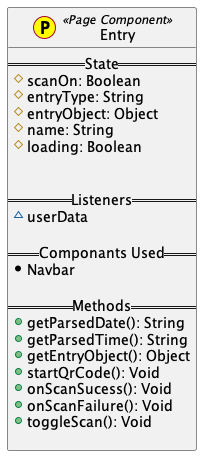
The PlantUML diagram entry_system_website/UML_Diagrams/Pages/Entry.png in grid-rider/Computer_Science_IA_EntrySystem_Website, before a commit. Its diagram source:
```plantuml
@startuml

class Entry << (P,yellow) Page Component>> {
    == State ==
     #scanOn: Boolean
     #entryType: String
     #entryObject: Object
     #name: String
     #loading: Boolean


    == Listeners ==
     ~userData

    == Componants Used ==
     *Navbar

    == Methods ==
    +getParsedDate(): String
    +getParsedTime(): String
    +getEntryObject(): Object
    +startQrCode(): Void
    +onScanSucess(): Void
    +onScanFailure(): Void
    +toggleScan(): Void

}

@enduml
```
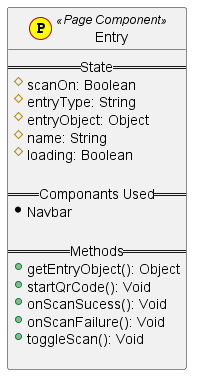
After the commit.

Change to the diagram source:
```diff
@@ -8,16 +8,10 @@
      #name: String
      #loading: Boolean
 
-
-    == Listeners ==
-     ~userData
-
     == Componants Used ==
      *Navbar
 
     == Methods ==
-    +getParsedDate(): String
-    +getParsedTime(): String
     +getEntryObject(): Object
     +startQrCode(): Void
     +onScanSucess(): Void
```
